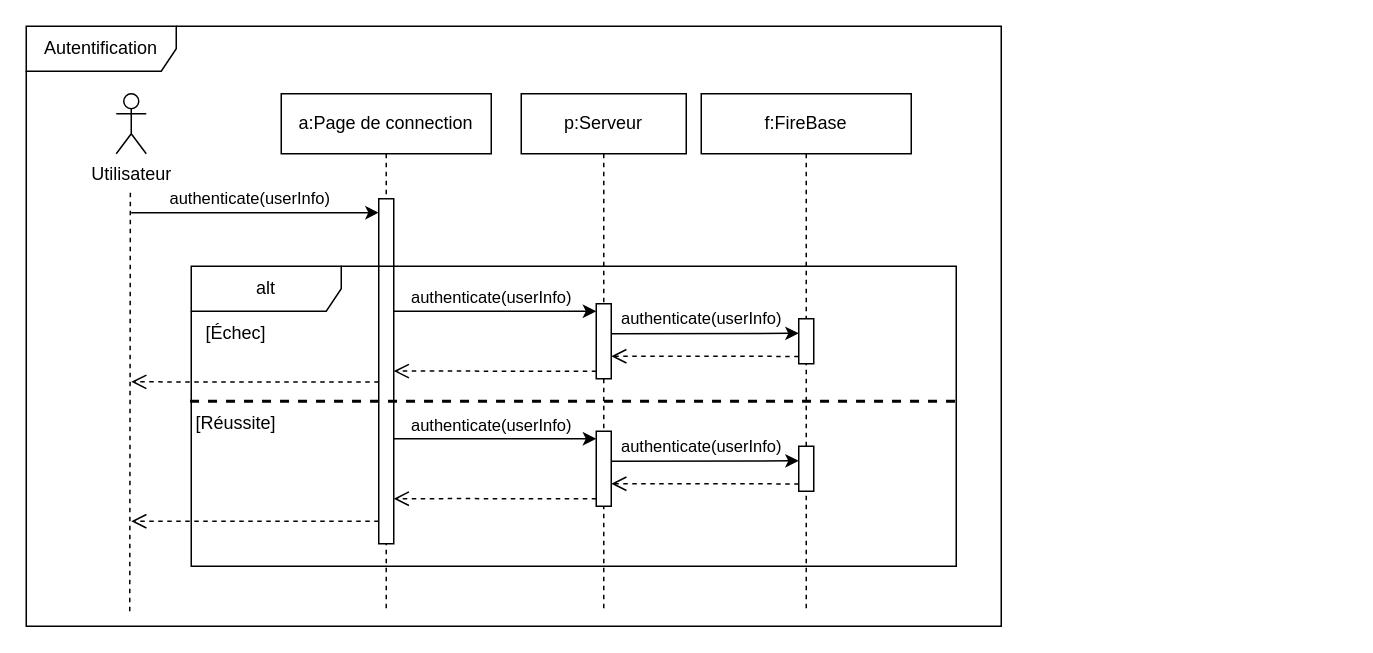
margielamob/Cherches-Trouves-Gagnes keeps this draw.io diagram as page "diagramme_seq_auth" (5 of 10) of doc/diagrammes.drawio. Above is the earlier version. Source tidied: cells renumbered, new cells numbered last; positions are measured from the earlier drawing's top-left corner, leaving out a move shared by most shapes. Both pictures are drawn from the tidied source at 150%, with x=0, y=0 at pixel (26, 26).
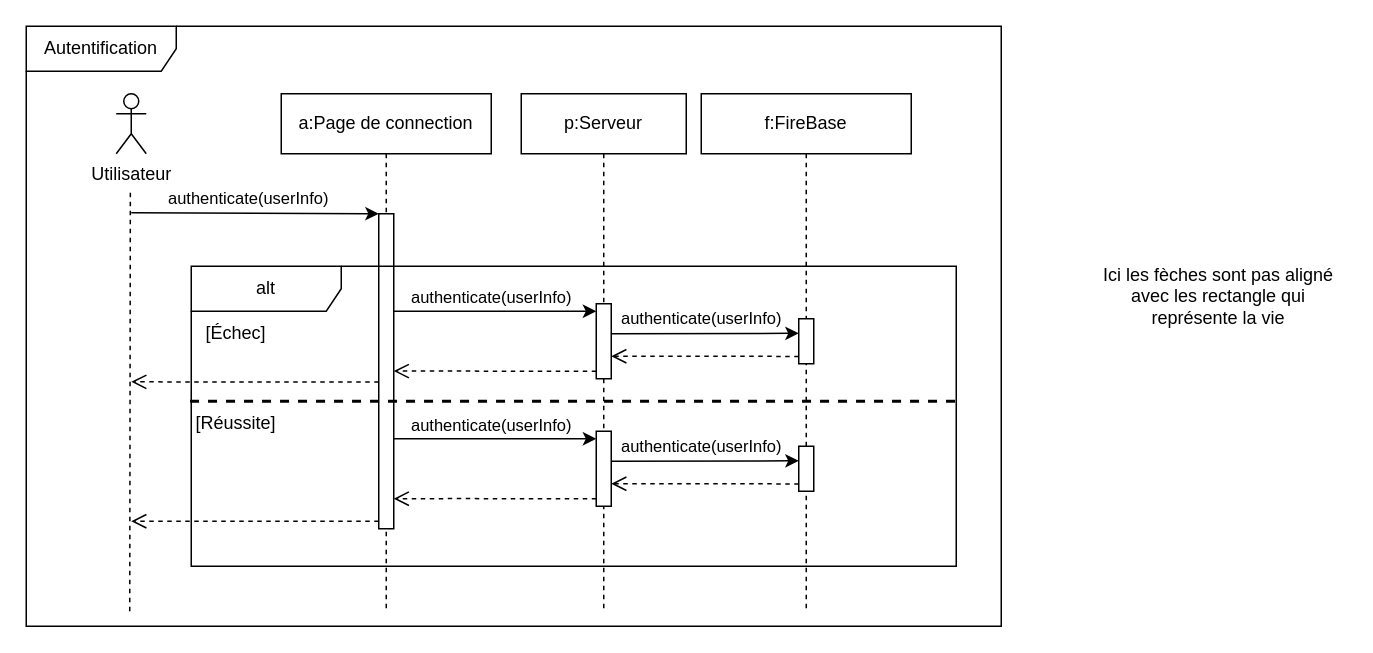
After the change.

Unchanged cells that the change refers to:
```xml
<mxCell id="2" value="a:Page de connection" style="shape=umlLifeline;perimeter=lifelinePerimeter;whiteSpace=wrap;html=1;newEdgeStyle={&quot;edgeStyle&quot;:&quot;elbowEdgeStyle&quot;,&quot;elbow&quot;:&quot;vertical&quot;,&quot;curved&quot;:0,&quot;rounded&quot;:0};" parent="1" vertex="1">
  <mxGeometry x="170" y="45" width="140" height="345" as="geometry" />
</mxCell>
```

Diff of the diagram source:
```diff
@@
     <mxCell id="3" style="html=1;points=[];perimeter=orthogonalPerimeter;outlineConnect=0;targetShapes=umlLifeline;portConstraint=eastwest;newEdgeStyle={&quot;edgeStyle&quot;:&quot;elbowEdgeStyle&quot;,&quot;elbow&quot;:&quot;vertical&quot;,&quot;curved&quot;:0,&quot;rounded&quot;:0};" parent="2" vertex="1">
-      <mxGeometry x="65" y="70" width="10" height="230" as="geometry" />
+      <mxGeometry x="65" y="80" width="10" height="210" as="geometry" />
     </mxCell>
@@
-    <mxCell id="14" style="html=1;verticalAlign=bottom;endArrow=open;dashed=1;endSize=8;curved=0;rounded=0;" parent="1" edge="1" source="3">
+    <mxCell id="14" style="html=1;verticalAlign=bottom;endArrow=open;dashed=1;endSize=8;curved=0;rounded=0;" parent="1" edge="1">
       <mxGeometry relative="1" as="geometry">
+        <mxPoint x="235" y="330" as="sourcePoint" />
         <mxPoint x="70" y="330" as="targetPoint" />
       </mxGeometry>
     </mxCell>
@@
+    <mxCell id="33" value="Ici les fèches sont pas aligné avec les rectangle qui représente la vie" style="text;html=1;strokeColor=none;fillColor=none;align=center;verticalAlign=middle;whiteSpace=wrap;rounded=0;" parent="1" vertex="1">
+      <mxGeometry x="710" y="150" width="170" height="60" as="geometry" />
+    </mxCell>
```
